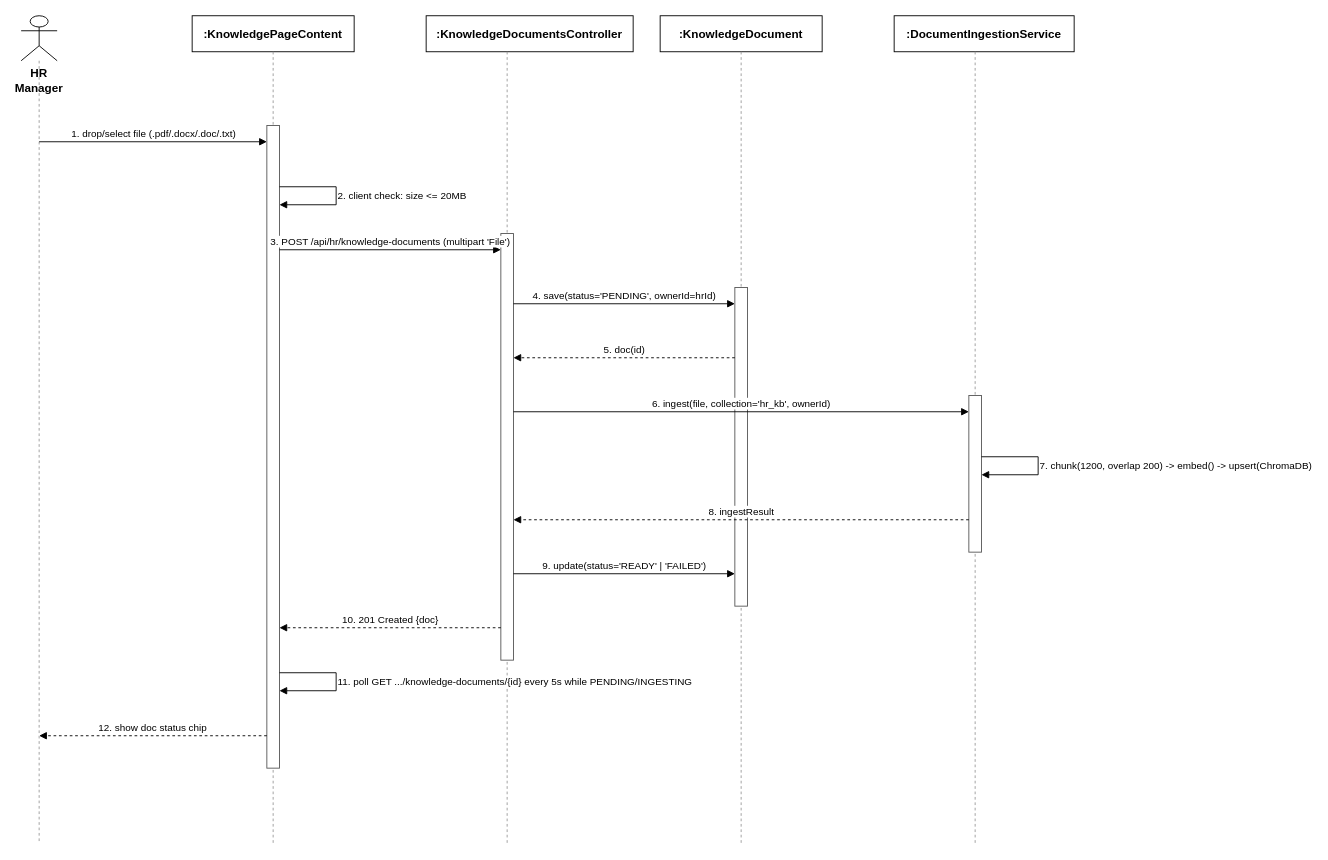
Earlier version of the draw.io diagram docs/qa/SequenceDiagram/06_KnowledgeBaseManagement_UploadIngest_HR.drawio (tulklk/AI_Interview_Question_Generation_RAG_LLM_FE). Source tidied: cells renumbered, new cells numbered last; positions are measured from the earlier drawing's top-left corner, leaving out a move shared by most shapes. Both pictures are drawn from the tidied source at 90%, with x=0, y=0 at pixel (21, 15).
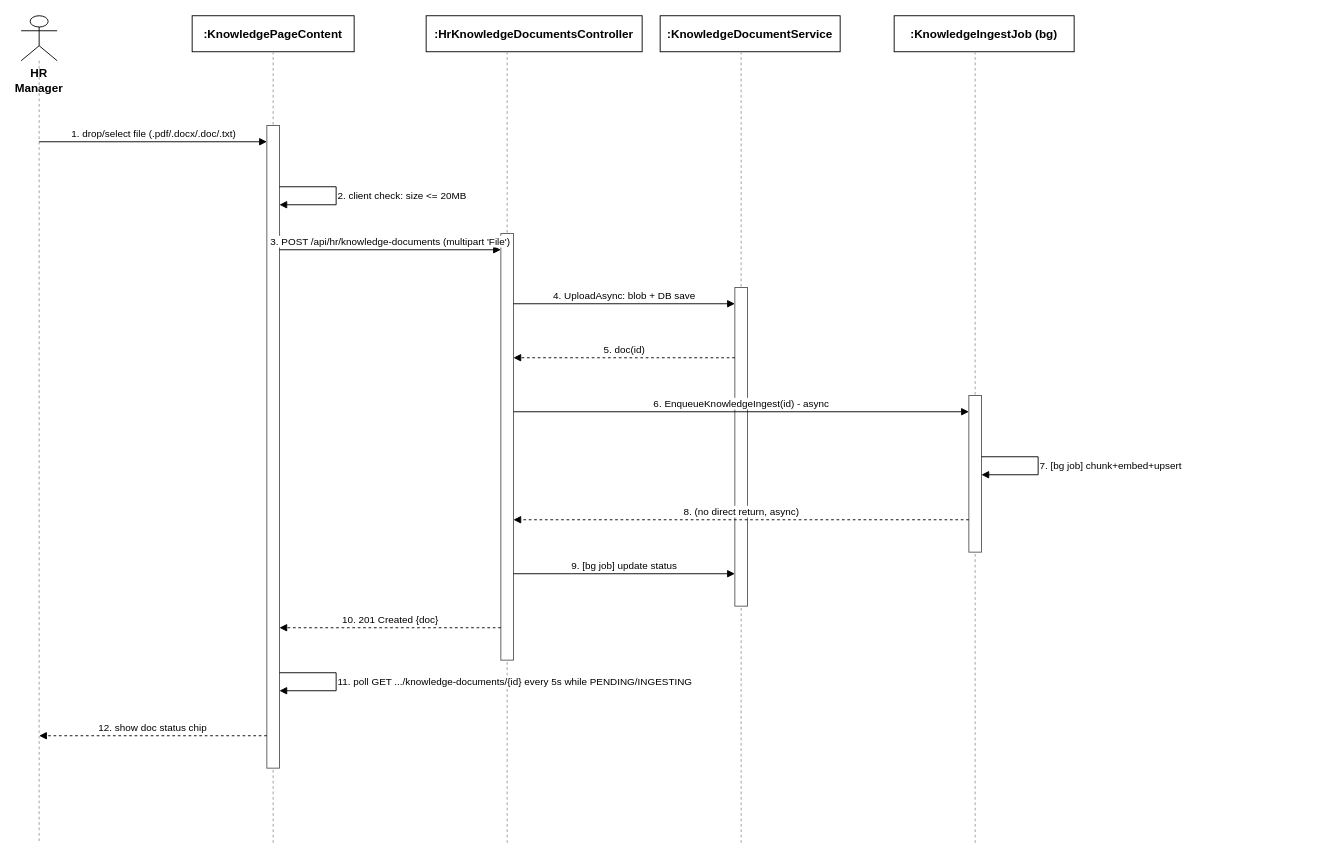
Above is the later version.

Commit message (it also covers changes not shown here):
docs(qa): correct JD Management and Knowledge Base diagrams against real BE service classes

Change to the diagram source:
```diff
@@
-    <mxCell id="6" value=":KnowledgeDocumentsController" style="rounded=0;whiteSpace=wrap;html=1;fontSize=13;fillColor=#ffffff;strokeColor=#000000;fontStyle=1;" parent="1" vertex="1">
-      <mxGeometry x="450" width="230" height="40" as="geometry" />
+    <mxCell id="6" value=":HrKnowledgeDocumentsController" style="rounded=0;whiteSpace=wrap;html=1;fontSize=13;fillColor=#ffffff;strokeColor=#000000;fontStyle=1;" parent="1" vertex="1">
+      <mxGeometry x="450" width="240" height="40" as="geometry" />
     </mxCell>
@@
-    <mxCell id="8" value=":KnowledgeDocument" style="rounded=0;whiteSpace=wrap;html=1;fontSize=13;fillColor=#ffffff;strokeColor=#000000;fontStyle=1;" parent="1" vertex="1">
-      <mxGeometry x="710" width="180" height="40" as="geometry" />
+    <mxCell id="8" value=":KnowledgeDocumentService" style="rounded=0;whiteSpace=wrap;html=1;fontSize=13;fillColor=#ffffff;strokeColor=#000000;fontStyle=1;" parent="1" vertex="1">
+      <mxGeometry x="710" width="200" height="40" as="geometry" />
     </mxCell>
@@
-    <mxCell id="10" value=":DocumentIngestionService" style="rounded=0;whiteSpace=wrap;html=1;fontSize=13;fillColor=#ffffff;strokeColor=#000000;fontStyle=1;" parent="1" vertex="1">
+    <mxCell id="10" value=":KnowledgeIngestJob (bg)" style="rounded=0;whiteSpace=wrap;html=1;fontSize=13;fillColor=#ffffff;strokeColor=#000000;fontStyle=1;" parent="1" vertex="1">
       <mxGeometry x="970" width="200" height="40" as="geometry" />
     </mxCell>
@@
-    <mxCell id="19" value="4. save(status='PENDING', ownerId=hrId)" style="endArrow=block;endFill=1;html=1;fontSize=11;align=center;verticalAlign=bottom;labelBackgroundColor=#ffffff;strokeColor=#000000;" parent="1" edge="1">
+    <mxCell id="19" value="4. UploadAsync: blob + DB save" style="endArrow=block;endFill=1;html=1;fontSize=11;align=center;verticalAlign=bottom;labelBackgroundColor=#ffffff;strokeColor=#000000;" parent="1" edge="1">
       <mxGeometry relative="1" as="geometry">
         <mxPoint x="547" y="320" as="sourcePoint" />
         <mxPoint x="793" y="320" as="targetPoint" />
       </mxGeometry>
     </mxCell>
@@
-    <mxCell id="21" value="6. ingest(file, collection='hr_kb', ownerId)" style="endArrow=block;endFill=1;html=1;fontSize=11;align=center;verticalAlign=bottom;labelBackgroundColor=#ffffff;strokeColor=#000000;" parent="1" edge="1">
+    <mxCell id="21" value="6. EnqueueKnowledgeIngest(id) - async" style="endArrow=block;endFill=1;html=1;fontSize=11;align=center;verticalAlign=bottom;labelBackgroundColor=#ffffff;strokeColor=#000000;" parent="1" edge="1">
       <mxGeometry relative="1" as="geometry">
         <mxPoint x="547" y="440" as="sourcePoint" />
         <mxPoint x="1053" y="440" as="targetPoint" />
       </mxGeometry>
     </mxCell>
-    <mxCell id="22" value="7. chunk(1200, overlap 200) -&gt; embed() -&gt; upsert(ChromaDB)" style="endArrow=block;endFill=1;html=1;fontSize=11;align=left;verticalAlign=middle;labelBackgroundColor=#ffffff;rounded=0;strokeColor=#000000;" parent="1" edge="1">
+    <mxCell id="22" value="7. [bg job] chunk+embed+upsert" style="endArrow=block;endFill=1;html=1;fontSize=11;align=left;verticalAlign=middle;labelBackgroundColor=#ffffff;rounded=0;strokeColor=#000000;" parent="1" edge="1">
       <mxGeometry relative="1" as="geometry">
         <mxPoint x="1067" y="490" as="sourcePoint" />
         <mxPoint x="1067" y="510" as="targetPoint" />
         <Array as="points">
           <mxPoint x="1130" y="490" />
           <mxPoint x="1130" y="510" />
         </Array>
       </mxGeometry>
     </mxCell>
-    <mxCell id="23" value="8. ingestResult" style="endArrow=block;endFill=1;html=1;dashed=1;fontSize=11;align=center;verticalAlign=bottom;labelBackgroundColor=#ffffff;strokeColor=#000000;" parent="1" edge="1">
+    <mxCell id="23" value="8. (no direct return, async)" style="endArrow=block;endFill=1;html=1;dashed=1;fontSize=11;align=center;verticalAlign=bottom;labelBackgroundColor=#ffffff;strokeColor=#000000;" parent="1" edge="1">
       <mxGeometry relative="1" as="geometry">
         <mxPoint x="1053" y="560" as="sourcePoint" />
         <mxPoint x="547" y="560" as="targetPoint" />
       </mxGeometry>
     </mxCell>
-    <mxCell id="24" value="9. update(status='READY' | 'FAILED')" style="endArrow=block;endFill=1;html=1;fontSize=11;align=center;verticalAlign=bottom;labelBackgroundColor=#ffffff;strokeColor=#000000;" parent="1" edge="1">
+    <mxCell id="24" value="9. [bg job] update status" style="endArrow=block;endFill=1;html=1;fontSize=11;align=center;verticalAlign=bottom;labelBackgroundColor=#ffffff;strokeColor=#000000;" parent="1" edge="1">
       <mxGeometry relative="1" as="geometry">
         <mxPoint x="547" y="620" as="sourcePoint" />
         <mxPoint x="793" y="620" as="targetPoint" />
       </mxGeometry>
     </mxCell>
```
